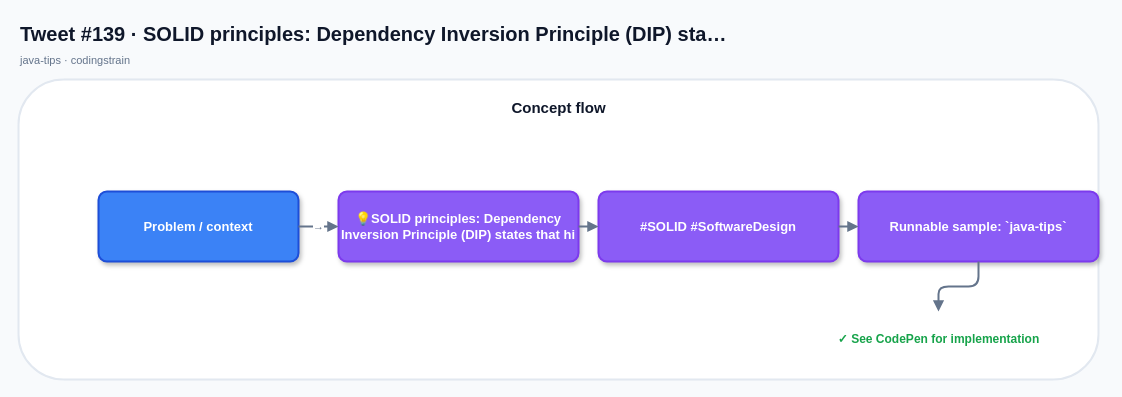
This is x-posts-examples/generated-x-posts/java-posts/drawio/tweet-139.drawio from mcasari/codingstrain, a draw.io file, before an edit. Source tidied: cells renumbered, new cells numbered last; positions are measured from the earlier drawing's top-left corner, leaving out a move shared by most shapes. Both pictures are drawn from the tidied source at 100%, with x=0, y=0 at pixel (18, 17).
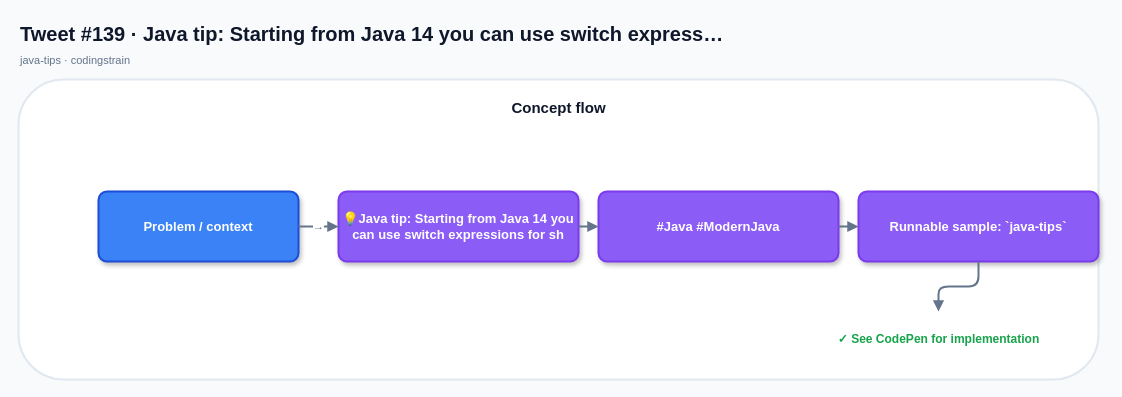
The same diagram, later.

What changed in the source:
```diff
@@
 <mxGraphModel background="#F8FAFC">
   <root>
     <mxCell id="0" />
     <mxCell id="1" parent="0" />
-    <mxCell id="2" value="Tweet #139 · SOLID principles: Dependency Inversion Principle (DIP) sta…" style="text;html=1;strokeColor=none;fillColor=none;align=left;verticalAlign=middle;fontSize=20;fontStyle=1;fontColor=#0F172A;" parent="1" vertex="1">
+    <mxCell id="2" value="Tweet #139 · Java tip: Starting from Java 14 you can use switch express…" style="text;html=1;strokeColor=none;fillColor=none;align=left;verticalAlign=middle;fontSize=20;fontStyle=1;fontColor=#0F172A;" parent="1" vertex="1">
       <mxGeometry width="760" height="32" as="geometry" />
     </mxCell>
     <mxCell id="3" value="java-tips · codingstrain" style="text;html=1;strokeColor=none;fillColor=none;align=left;verticalAlign=middle;fontSize=11;fontStyle=0;fontColor=#64748B;" parent="1" vertex="1">
       <mxGeometry y="32" width="520" height="22" as="geometry" />
     </mxCell>
     <mxCell id="4" style="rounded=1;fillColor=#FFFFFF;strokeColor=#E2E8F0;strokeWidth=2;shadow=0;" parent="1" vertex="1">
       <mxGeometry y="62" width="1080" height="300" as="geometry" />
     </mxCell>
     <mxCell id="5" value="Concept flow" style="text;html=1;strokeColor=none;fillColor=none;align=center;verticalAlign=middle;fontSize=15;fontStyle=1;fontColor=#0F172A;" parent="1" vertex="1">
       <mxGeometry x="20" y="76" width="1040" height="28" as="geometry" />
     </mxCell>
     <mxCell id="6" value="Problem / context" style="rounded=1;whiteSpace=wrap;html=1;arcSize=12;fillColor=#3B82F6;strokeColor=#1D4ED8;strokeWidth=2;fontColor=#FFFFFF;fontSize=13;fontStyle=1;shadow=1;align=center;verticalAlign=middle;" parent="1" vertex="1">
       <mxGeometry x="80" y="174" width="200" height="70" as="geometry" />
     </mxCell>
-    <mxCell id="7" value="💡SOLID principles: Dependency Inversion Principle (DIP) states that hi" style="rounded=1;whiteSpace=wrap;html=1;arcSize=12;fillColor=#8B5CF6;strokeColor=#7C3AED;strokeWidth=2;fontColor=#FFFFFF;fontSize=13;fontStyle=1;shadow=1;align=center;verticalAlign=middle;" parent="1" vertex="1">
+    <mxCell id="7" value="💡Java tip: Starting from Java 14 you can use switch expressions for sh" style="rounded=1;whiteSpace=wrap;html=1;arcSize=12;fillColor=#8B5CF6;strokeColor=#7C3AED;strokeWidth=2;fontColor=#FFFFFF;fontSize=13;fontStyle=1;shadow=1;align=center;verticalAlign=middle;" parent="1" vertex="1">
       <mxGeometry x="320" y="174" width="240" height="70" as="geometry" />
     </mxCell>
     <mxCell id="8" value="→" style="edgeStyle=orthogonalEdgeStyle;rounded=1;jettySize=auto;html=1;endArrow=block;endFill=1;startArrow=none;strokeColor=#64748B;strokeWidth=2;fontColor=#64748B;fontSize=11;" parent="1" edge="1" source="6" target="7">
       <mxGeometry relative="1" as="geometry" />
     </mxCell>
-    <mxCell id="9" value="#SOLID #SoftwareDesign" style="rounded=1;whiteSpace=wrap;html=1;arcSize=12;fillColor=#8B5CF6;strokeColor=#7C3AED;strokeWidth=2;fontColor=#FFFFFF;fontSize=13;fontStyle=1;shadow=1;align=center;verticalAlign=middle;" parent="1" vertex="1">
+    <mxCell id="9" value="#Java #ModernJava" style="rounded=1;whiteSpace=wrap;html=1;arcSize=12;fillColor=#8B5CF6;strokeColor=#7C3AED;strokeWidth=2;fontColor=#FFFFFF;fontSize=13;fontStyle=1;shadow=1;align=center;verticalAlign=middle;" parent="1" vertex="1">
       <mxGeometry x="580" y="174" width="240" height="70" as="geometry" />
     </mxCell>
     <mxCell id="10" style="edgeStyle=orthogonalEdgeStyle;rounded=1;jettySize=auto;html=1;endArrow=block;endFill=1;startArrow=none;strokeColor=#64748B;strokeWidth=2;fontColor=#64748B;fontSize=11;" parent="1" edge="1" source="7" target="9">
       <mxGeometry relative="1" as="geometry" />
     </mxCell>
     <mxCell id="11" value="Runnable sample: `java-tips`" style="rounded=1;whiteSpace=wrap;html=1;arcSize=12;fillColor=#8B5CF6;strokeColor=#7C3AED;strokeWidth=2;fontColor=#FFFFFF;fontSize=13;fontStyle=1;shadow=1;align=center;verticalAlign=middle;" parent="1" vertex="1">
       <mxGeometry x="840" y="174" width="240" height="70" as="geometry" />
     </mxCell>
     <mxCell id="12" style="edgeStyle=orthogonalEdgeStyle;rounded=1;jettySize=auto;html=1;endArrow=block;endFill=1;startArrow=none;strokeColor=#64748B;strokeWidth=2;fontColor=#64748B;fontSize=11;" parent="1" edge="1" source="9" target="11">
       <mxGeometry relative="1" as="geometry" />
     </mxCell>
     <mxCell id="13" value="✓ See CodePen for implementation" style="text;html=1;strokeColor=none;fillColor=none;align=center;verticalAlign=middle;fontSize=12;fontStyle=1;fontColor=#16A34A;" parent="1" vertex="1">
       <mxGeometry x="800" y="294" width="240" height="56" as="geometry" />
     </mxCell>
     <mxCell id="14" style="edgeStyle=orthogonalEdgeStyle;rounded=1;jettySize=auto;html=1;endArrow=block;endFill=1;startArrow=none;strokeColor=#64748B;strokeWidth=2;fontColor=#64748B;fontSize=11;" parent="1" edge="1" source="11" target="13">
       <mxGeometry relative="1" as="geometry" />
     </mxCell>
   </root>
 </mxGraphModel>
```
